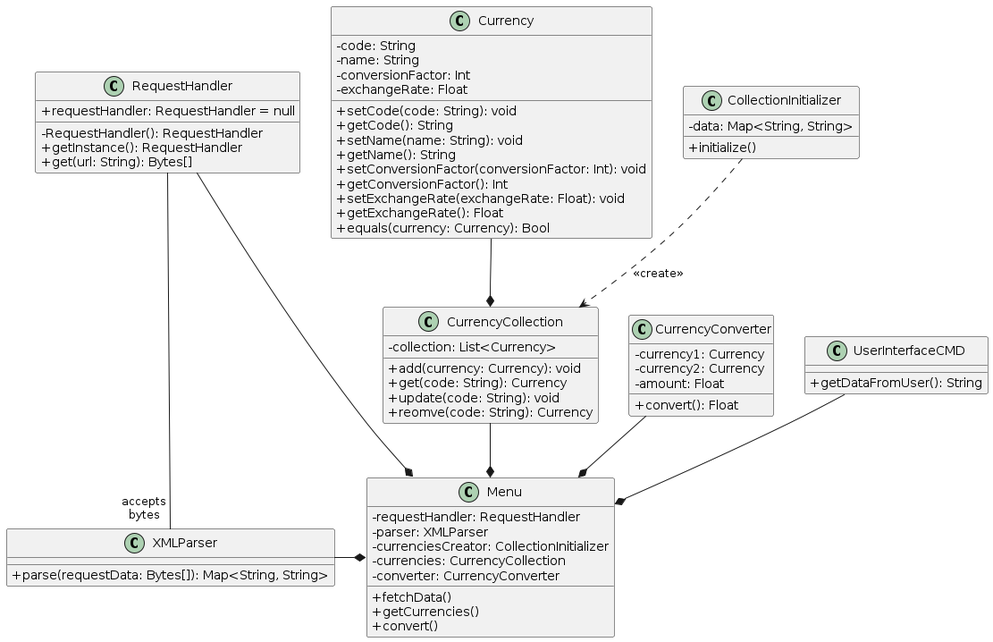
This is lab-1-oop-principles/lab-1.png from bartoszpiechnik25/technologie-obiektowe, a PlantUML export, as it was before one commit. The source it was exported from:
```plantuml
@startuml
skinparam classAttributeIconSize 0
class Currency {
  - code: String
  - name: String
  - conversionFactor: Int
  - exchangeRate: Float
  + setCode(code: String): void
  + getCode(): String
  + setName(name: String): void
  + getName(): String
  + setConversionFactor(conversionFactor: Int): void
  + getConversionFactor(): Int
  + setExchangeRate(exchangeRate: Float): void
  + getExchangeRate(): Float
  + equals(currency: Currency): Bool
}

class CurrencyCollection {
  - collection: List<Currency>
  + add(currency: Currency): void
  + get(code: String): Currency
  + update(code: String): void
  + reomve(code: String): Currency

}

class CurrencyConverter {
  - currency1: Currency
  - currency2: Currency
  - amount: Float
  + convert(): Float
}

class RequestHandler {
  + requestHandler: RequestHandler = null
  - RequestHandler(): RequestHandler
  + getInstance(): RequestHandler
  + get(url: String): Bytes[]
}

class XMLParser {
  + parse(requestData: Bytes[]): Map<String, String>
}

class CollectionInitializer {
  - data: Map<String, String>
  + initialize()
}

class UserInterfaceCMD {
  + getDataFromUser(): String
}

class Menu {
  - requestHandler: RequestHandler
  - parser: XMLParser
  - currenciesCreator: CollectionInitializer
  - currencies: CurrencyCollection
  - converter: CurrencyConverter
  + fetchData()
  + getCurrencies()
  + convert()
}

CollectionInitializer ..> CurrencyCollection : <<create>>
Currency --* CurrencyCollection
CurrencyCollection --* Menu
RequestHandler --* Menu
UserInterfaceCMD --* Menu
CurrencyConverter --* Menu
RequestHandler  --- "accepts\nbytes" XMLParser
XMLParser -* Menu
@enduml
```
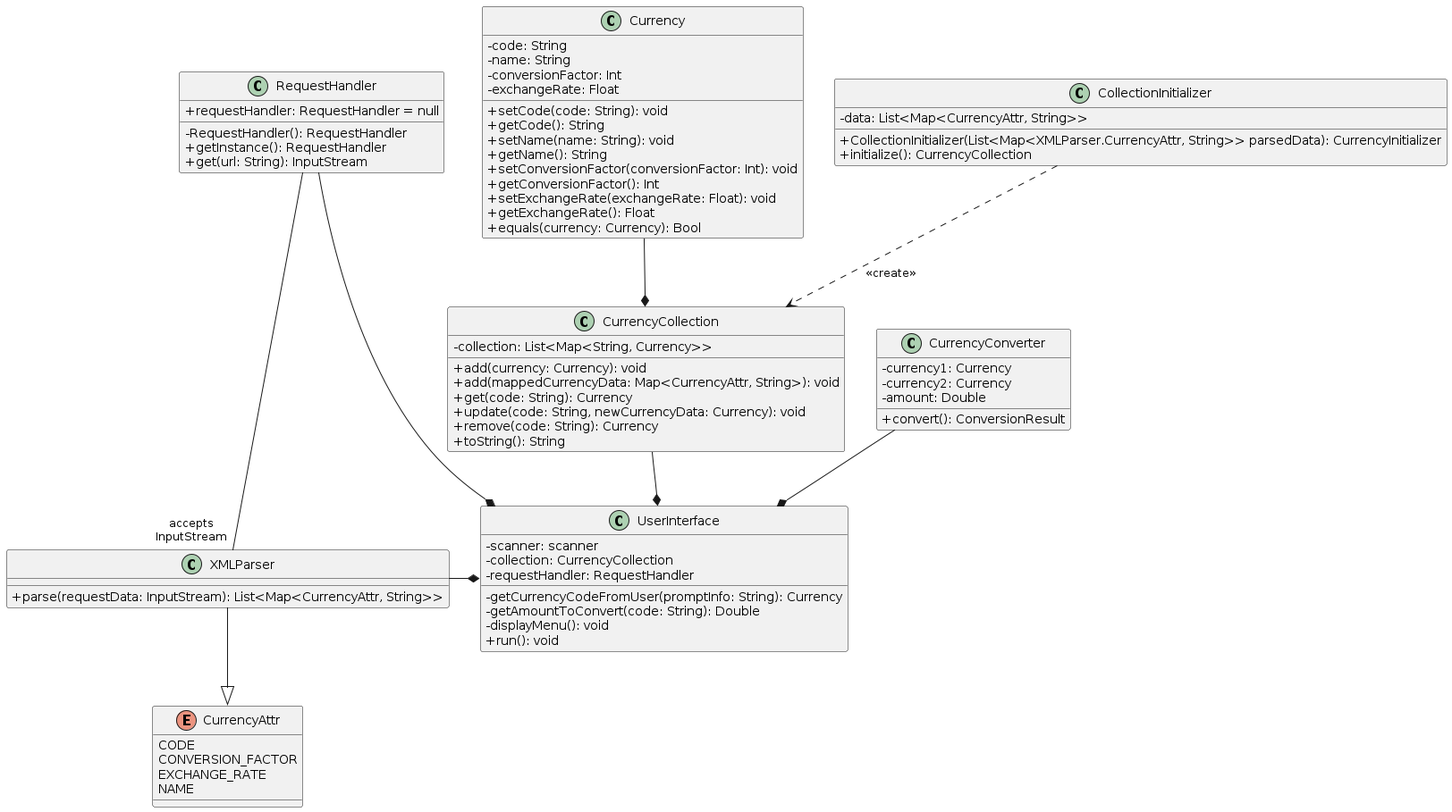
Above is the later version.

Change to the diagram source:
```diff
@@ -17,58 +17,65 @@
 }
 
 class CurrencyCollection {
-  - collection: List<Currency>
+  - collection: List<Map<String, Currency>>
   + add(currency: Currency): void
+  + add(mappedCurrencyData: Map<CurrencyAttr, String>): void
   + get(code: String): Currency
-  + update(code: String): void
-  + reomve(code: String): Currency
-
+  + update(code: String, newCurrencyData: Currency): void
+  + remove(code: String): Currency
+  + toString(): String
 }
 
 class CurrencyConverter {
   - currency1: Currency
   - currency2: Currency
-  - amount: Float
-  + convert(): Float
+  - amount: Double
+  + convert(): ConversionResult
 }
 
 class RequestHandler {
   + requestHandler: RequestHandler = null
   - RequestHandler(): RequestHandler
   + getInstance(): RequestHandler
-  + get(url: String): Bytes[]
+  + get(url: String): InputStream
 }
 
+
 class XMLParser {
-  + parse(requestData: Bytes[]): Map<String, String>
+  + parse(requestData: InputStream): List<Map<CurrencyAttr, String>>
 }
 
-class CollectionInitializer {
-  - data: Map<String, String>
-  + initialize()
+enum CurrencyAttr {
+    CODE
+    CONVERSION_FACTOR
+    EXCHANGE_RATE
+    NAME
 }
 
-class UserInterfaceCMD {
-  + getDataFromUser(): String
+XMLParser --|> CurrencyAttr
+
+class CollectionInitializer {
+  - data: List<Map<CurrencyAttr, String>>
+  + CollectionInitializer(List<Map<XMLParser.CurrencyAttr, String>> parsedData): CurrencyInitializer
+  + initialize(): CurrencyCollection
 }
 
-class Menu {
+class UserInterface {
+  - scanner: scanner
+  - collection: CurrencyCollection
   - requestHandler: RequestHandler
-  - parser: XMLParser
-  - currenciesCreator: CollectionInitializer
-  - currencies: CurrencyCollection
-  - converter: CurrencyConverter
-  + fetchData()
-  + getCurrencies()
-  + convert()
+  - getCurrencyCodeFromUser(promptInfo: String): Currency
+  - getAmountToConvert(code: String): Double
+  - displayMenu(): void
+  + run(): void
 }
+
 
 CollectionInitializer ..> CurrencyCollection : <<create>>
 Currency --* CurrencyCollection
-CurrencyCollection --* Menu
-RequestHandler --* Menu
-UserInterfaceCMD --* Menu
-CurrencyConverter --* Menu
-RequestHandler  --- "accepts\nbytes" XMLParser
-XMLParser -* Menu
+CurrencyCollection --* UserInterface
+RequestHandler --* UserInterface
+CurrencyConverter --* UserInterface
+RequestHandler  --- "accepts\nInputStream" XMLParser
+XMLParser -* UserInterface
 @enduml
```
